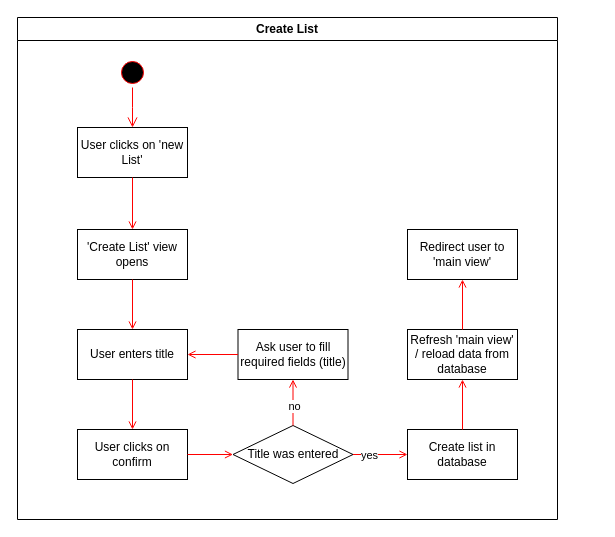
Earlier version of the draw.io diagram diagrams/working/se_activity_diagram_create-list.drawio (TuDU-SE/documentation). Source tidied: cells renumbered, new cells numbered last; positions are measured from the earlier drawing's top-left corner, leaving out a move shared by most shapes. Both pictures are drawn from the tidied source at 100%, with x=0, y=0 at pixel (17, 17).
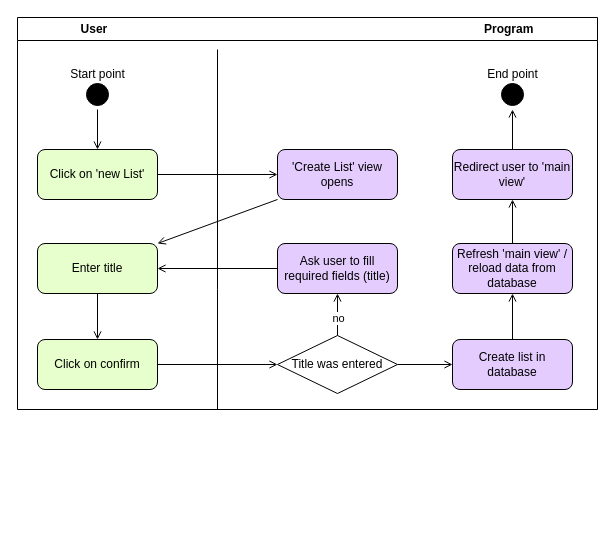
The same diagram, later.

What changed in the source:
```diff
@@
-    <mxCell id="2" value="Create List" style="swimlane;whiteSpace=wrap;" parent="1" vertex="1">
-      <mxGeometry width="540" height="502" as="geometry" />
+    <mxCell id="2" value="User                                                                                                                 Program" style="swimlane;whiteSpace=wrap;" parent="1" vertex="1">
+      <mxGeometry width="580" height="392" as="geometry" />
     </mxCell>
-    <mxCell id="3" style="ellipse;shape=startState;fillColor=#000000;strokeColor=#ff0000;" parent="2" vertex="1">
-      <mxGeometry x="100" y="40" width="30" height="30" as="geometry" />
+    <mxCell id="3" style="ellipse;shape=startState;fillColor=#000000;strokeColor=#000000;" parent="2" vertex="1">
+      <mxGeometry x="65" y="62" width="30" height="30" as="geometry" />
     </mxCell>
-    <mxCell id="4" style="edgeStyle=elbowEdgeStyle;elbow=horizontal;verticalAlign=bottom;endArrow=open;endSize=8;strokeColor=#FF0000;endFill=1;rounded=0;" parent="2" edge="1" source="3" target="5">
-      <mxGeometry x="100" y="40" as="geometry" />
-    </mxCell>
-    <mxCell id="5" value="User clicks on 'new List'" style="whiteSpace=wrap;" parent="2" vertex="1">
-      <mxGeometry x="60" y="110" width="110" height="50" as="geometry" />
-    </mxCell>
+    <mxCell id="10" value="Title was entered" style="rhombus;whiteSpace=wrap;html=1;" parent="2" vertex="1">
+      <mxGeometry x="260" y="318" width="120" height="58" as="geometry" />
+    </mxCell>
+    <mxCell id="17" style="endArrow=open;strokeColor=#000000;endFill=1;rounded=0;entryX=0;entryY=0.5;entryDx=0;entryDy=0;exitX=1;exitY=0.5;exitDx=0;exitDy=0;startArrow=none;" parent="2" edge="1" source="27" target="10">
+      <mxGeometry relative="1" as="geometry" />
+    </mxCell>
+    <mxCell id="25" value="Click on 'new List'" style="rounded=1;whiteSpace=wrap;html=1;fillColor=#E6FFCC;" parent="2" vertex="1">
+      <mxGeometry x="20" y="132" width="120" height="50" as="geometry" />
+    </mxCell>
-    <mxCell id="6" value="'Create List' view opens" style="whiteSpace=wrap;" parent="2" vertex="1">
-      <mxGeometry x="60" y="212" width="110" height="50" as="geometry" />
+    <mxCell id="6" value="'Create List' view opens" style="rounded=1;whiteSpace=wrap;html=1;fillColor=#E5CCFF;" parent="2" vertex="1">
+      <mxGeometry x="260" y="132" width="120" height="50" as="geometry" />
     </mxCell>
-    <mxCell id="7" style="endArrow=open;strokeColor=#FF0000;endFill=1;rounded=0;" parent="2" edge="1" source="5" target="6">
-      <mxGeometry relative="1" as="geometry" />
-    </mxCell>
-    <mxCell id="8" value="User enters title" style="whiteSpace=wrap;" parent="2" vertex="1">
-      <mxGeometry x="60" y="312" width="110" height="50" as="geometry" />
-    </mxCell>
-    <mxCell id="9" style="endArrow=open;strokeColor=#FF0000;endFill=1;rounded=0;" parent="2" edge="1" source="6" target="8">
-      <mxGeometry relative="1" as="geometry" />
-    </mxCell>
-    <mxCell id="10" value="Title was entered" style="rhombus;whiteSpace=wrap;html=1;" parent="2" vertex="1">
-      <mxGeometry x="215.5" y="408" width="120" height="58" as="geometry" />
-    </mxCell>
+    <mxCell id="26" value="Enter title" style="rounded=1;whiteSpace=wrap;html=1;fillColor=#E6FFCC;" parent="2" vertex="1">
+      <mxGeometry x="20" y="226" width="120" height="50" as="geometry" />
+    </mxCell>
+    <mxCell id="27" value="Click on confirm" style="rounded=1;whiteSpace=wrap;html=1;fillColor=#E6FFCC;" parent="2" vertex="1">
+      <mxGeometry x="20" y="322" width="120" height="50" as="geometry" />
+    </mxCell>
+    <mxCell id="28" value="Start point" style="text;html=1;align=center;verticalAlign=middle;strokeColor=none;fillColor=none;" parent="2" vertex="1">
+      <mxGeometry x="40" y="42" width="80" height="30" as="geometry" />
+    </mxCell>
+    <mxCell id="29" style="endArrow=open;strokeColor=#000000;endFill=1;rounded=0;entryX=0.5;entryY=0;entryDx=0;entryDy=0;exitX=0.5;exitY=1;exitDx=0;exitDy=0;startArrow=none;" parent="2" edge="1" source="3" target="25">
+      <mxGeometry relative="1" as="geometry" />
+    </mxCell>
+    <mxCell id="30" style="endArrow=open;strokeColor=#000000;endFill=1;rounded=0;entryX=0;entryY=0.5;entryDx=0;entryDy=0;exitX=1;exitY=0.5;exitDx=0;exitDy=0;startArrow=none;" parent="2" edge="1" source="25" target="6">
+      <mxGeometry relative="1" as="geometry" />
+    </mxCell>
+    <mxCell id="31" style="endArrow=open;strokeColor=#000000;endFill=1;rounded=0;entryX=0.5;entryY=0;entryDx=0;entryDy=0;exitX=0.5;exitY=1;exitDx=0;exitDy=0;startArrow=none;" parent="2" edge="1" source="26" target="27">
+      <mxGeometry relative="1" as="geometry" />
+    </mxCell>
+    <mxCell id="32" style="endArrow=open;strokeColor=#000000;endFill=1;rounded=0;entryX=1;entryY=0;entryDx=0;entryDy=0;startArrow=none;exitX=0;exitY=1;exitDx=0;exitDy=0;" parent="2" edge="1" source="6" target="26">
+      <mxGeometry relative="1" as="geometry" />
+    </mxCell>
+    <mxCell id="33" style="endArrow=none;html=1;rounded=0;" parent="2" edge="1">
+      <mxGeometry relative="1" as="geometry">
+        <mxPoint x="200" y="392" as="sourcePoint" />
+        <mxPoint x="200" y="32" as="targetPoint" />
+        <Array as="points">
+          <mxPoint x="200" y="272" />
+        </Array>
+      </mxGeometry>
+    </mxCell>
-    <mxCell id="11" value="Ask user to fill required fields (title)" style="whiteSpace=wrap;" parent="2" vertex="1">
-      <mxGeometry x="220.5" y="312" width="110" height="50" as="geometry" />
+    <mxCell id="11" value="Ask user to fill required fields (title)" style="rounded=1;whiteSpace=wrap;html=1;fillColor=#E5CCFF;" parent="2" vertex="1">
+      <mxGeometry x="260" y="226" width="120" height="50" as="geometry" />
     </mxCell>
+    <mxCell id="34" style="endArrow=open;strokeColor=#000000;endFill=1;rounded=0;entryX=1;entryY=0.5;entryDx=0;entryDy=0;startArrow=none;exitX=0;exitY=0.5;exitDx=0;exitDy=0;" parent="2" edge="1" source="11" target="26">
+      <mxGeometry relative="1" as="geometry" />
+    </mxCell>
-    <mxCell id="12" style="endArrow=open;strokeColor=#FF0000;endFill=1;rounded=0;exitX=0.5;exitY=0;exitDx=0;exitDy=0;entryX=0.5;entryY=1;entryDx=0;entryDy=0;" parent="2" edge="1" source="10" target="11">
+    <mxCell id="12" style="endArrow=open;strokeColor=#000000;endFill=1;rounded=0;entryX=0.5;entryY=1;entryDx=0;entryDy=0;startArrow=none;exitX=0.5;exitY=0;exitDx=0;exitDy=0;" parent="2" edge="1" source="10" target="11">
       <mxGeometry relative="1" as="geometry" />
     </mxCell>
     <mxCell id="13" value="no" style="edgeLabel;html=1;align=center;verticalAlign=middle;" parent="12" vertex="1">
-      <mxGeometry x="-0.19" y="-1" relative="1" as="geometry">
-        <mxPoint y="-1" as="offset" />
-      </mxGeometry>
+      <mxGeometry x="-0.15" relative="1" as="geometry" />
     </mxCell>
-    <mxCell id="14" style="endArrow=open;strokeColor=#FF0000;endFill=1;rounded=0;exitX=0.5;exitY=1;exitDx=0;exitDy=0;entryX=0.5;entryY=0;entryDx=0;entryDy=0;" parent="2" edge="1" source="8" target="16">
-      <mxGeometry relative="1" as="geometry" />
-    </mxCell>
-    <mxCell id="15" value="Create list in database" style="whiteSpace=wrap;" parent="2" vertex="1">
-      <mxGeometry x="390" y="412" width="110" height="50" as="geometry" />
+    <mxCell id="15" value="Create list in database" style="rounded=1;whiteSpace=wrap;html=1;fillColor=#E5CCFF;" parent="2" vertex="1">
+      <mxGeometry x="435" y="322" width="120" height="50" as="geometry" />
     </mxCell>
-    <mxCell id="16" value="User clicks on confirm" style="whiteSpace=wrap;" parent="2" vertex="1">
-      <mxGeometry x="60" y="412" width="110" height="50" as="geometry" />
-    </mxCell>
-    <mxCell id="17" style="endArrow=open;strokeColor=#FF0000;endFill=1;rounded=0;entryX=0;entryY=0.5;entryDx=0;entryDy=0;exitX=1;exitY=0.5;exitDx=0;exitDy=0;" parent="2" edge="1" source="16" target="10">
-      <mxGeometry relative="1" as="geometry" />
-    </mxCell>
-    <mxCell id="18" style="endArrow=open;strokeColor=#FF0000;endFill=1;rounded=0;entryX=0;entryY=0.5;entryDx=0;entryDy=0;exitX=1;exitY=0.5;exitDx=0;exitDy=0;" parent="2" edge="1" source="10" target="15">
-      <mxGeometry relative="1" as="geometry" />
-    </mxCell>
-    <mxCell id="19" value="yes" style="edgeLabel;html=1;align=center;verticalAlign=middle;" parent="18" vertex="1">
-      <mxGeometry x="-0.42" relative="1" as="geometry" />
-    </mxCell>
-    <mxCell id="20" value="Refresh 'main view' / reload data from database" style="whiteSpace=wrap;" parent="2" vertex="1">
-      <mxGeometry x="390" y="312" width="110" height="50" as="geometry" />
+    <mxCell id="20" value="Refresh 'main view' / reload data from database" style="rounded=1;whiteSpace=wrap;html=1;fillColor=#E5CCFF;" parent="2" vertex="1">
+      <mxGeometry x="435" y="226" width="120" height="50" as="geometry" />
     </mxCell>
-    <mxCell id="21" value="Redirect user to 'main view'" style="whiteSpace=wrap;" parent="2" vertex="1">
-      <mxGeometry x="390" y="212" width="110" height="50" as="geometry" />
+    <mxCell id="21" value="Redirect user to 'main view'" style="rounded=1;whiteSpace=wrap;html=1;fillColor=#E5CCFF;" parent="2" vertex="1">
+      <mxGeometry x="435" y="132" width="120" height="50" as="geometry" />
     </mxCell>
+    <mxCell id="18" style="endArrow=open;strokeColor=#000000;endFill=1;rounded=0;entryX=0;entryY=0.5;entryDx=0;entryDy=0;exitX=1;exitY=0.5;exitDx=0;exitDy=0;startArrow=none;" parent="2" edge="1" source="10" target="15">
+      <mxGeometry relative="1" as="geometry" />
+    </mxCell>
-    <mxCell id="22" style="endArrow=open;strokeColor=#FF0000;endFill=1;rounded=0;entryX=0.5;entryY=1;entryDx=0;entryDy=0;exitX=0.5;exitY=0;exitDx=0;exitDy=0;" parent="2" edge="1" source="15" target="20">
+    <mxCell id="22" style="endArrow=open;strokeColor=#000000;endFill=1;rounded=0;entryX=0.5;entryY=1;entryDx=0;entryDy=0;exitX=0.5;exitY=0;exitDx=0;exitDy=0;startArrow=none;" parent="2" edge="1" source="15" target="20">
       <mxGeometry relative="1" as="geometry" />
     </mxCell>
-    <mxCell id="23" style="endArrow=open;strokeColor=#FF0000;endFill=1;rounded=0;entryX=0.5;entryY=1;entryDx=0;entryDy=0;exitX=0.5;exitY=0;exitDx=0;exitDy=0;" parent="2" edge="1" source="20" target="21">
+    <mxCell id="23" style="endArrow=open;strokeColor=#000000;endFill=1;rounded=0;entryX=0.5;entryY=1;entryDx=0;entryDy=0;exitX=0.5;exitY=0;exitDx=0;exitDy=0;startArrow=none;" parent="2" edge="1" source="20" target="21">
       <mxGeometry relative="1" as="geometry" />
     </mxCell>
-    <mxCell id="24" style="endArrow=open;strokeColor=#FF0000;endFill=1;rounded=0;entryX=1;entryY=0.5;entryDx=0;entryDy=0;exitX=0;exitY=0.5;exitDx=0;exitDy=0;" parent="2" edge="1" source="11" target="8">
-      <mxGeometry relative="1" as="geometry" />
-    </mxCell>
+    <mxCell id="35" style="ellipse;shape=startState;fillColor=#000000;strokeColor=#000000;" parent="2" vertex="1">
+      <mxGeometry x="480" y="62" width="30" height="30" as="geometry" />
+    </mxCell>
+    <mxCell id="36" value="End point" style="text;html=1;align=center;verticalAlign=middle;strokeColor=none;fillColor=none;" parent="2" vertex="1">
+      <mxGeometry x="460" y="42" width="70" height="30" as="geometry" />
+    </mxCell>
+    <mxCell id="37" style="endArrow=open;strokeColor=#000000;endFill=1;rounded=0;entryX=0.5;entryY=1;entryDx=0;entryDy=0;exitX=0.5;exitY=0;exitDx=0;exitDy=0;startArrow=none;" parent="2" edge="1" source="21" target="35">
+      <mxGeometry relative="1" as="geometry" />
+    </mxCell>
```
